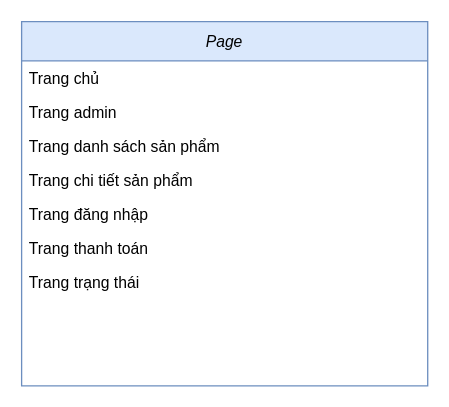
GiaDuccc/shop-api keeps this draw.io diagram as page "Page-1" (1 of 2) of Biểu đồ không có tiêu đề.drawio. Above is the earlier version. Source tidied: cells renumbered, new cells numbered last; positions are measured from the earlier drawing's top-left corner, leaving out a move shared by most shapes. Both pictures are drawn from the tidied source at 131%, with x=0, y=0 at pixel (21, 21).
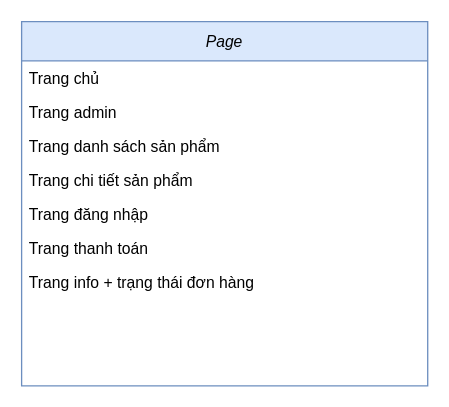
After the change.

Diff of the diagram source:
```diff
@@
 <mxGraphModel>
   <root>
     <mxCell id="0" />
     <mxCell id="1" parent="0" />
     <mxCell id="2" value="Page" style="swimlane;fontStyle=2;align=center;verticalAlign=middle;horizontal=1;startSize=30;rounded=0;shadow=0;strokeWidth=1;fillColor=#dae8fc;strokeColor=#6c8ebf;gradientColor=none;glass=0;labelPosition=center;verticalLabelPosition=middle;arcSize=17;" parent="1" vertex="1">
       <mxGeometry width="310" height="278" as="geometry" />
     </mxCell>
     <mxCell id="3" value="Trang chủ" style="text;align=left;verticalAlign=middle;spacingLeft=4;spacingRight=4;overflow=hidden;fillColor=none;horizontal=1;spacingTop=0;fillStyle=dashed;strokeColor=none;" parent="2" vertex="1">
       <mxGeometry y="30" width="310" height="26" as="geometry" />
     </mxCell>
     <mxCell id="4" value="Trang admin" style="text;align=left;verticalAlign=top;spacingLeft=4;spacingRight=4;overflow=hidden;" parent="2" vertex="1">
       <mxGeometry y="56" width="310" height="26" as="geometry" />
     </mxCell>
     <mxCell id="5" value="Trang danh sách sản phẩm" style="text;align=left;verticalAlign=top;spacingLeft=4;spacingRight=4;overflow=hidden;rounded=0;shadow=0;html=0;fontStyle=0;labelBackgroundColor=none;" parent="2" vertex="1">
       <mxGeometry y="82" width="310" height="26" as="geometry" />
     </mxCell>
     <mxCell id="6" value="Trang chi tiết sản phẩm" style="text;align=left;verticalAlign=top;spacingLeft=4;spacingRight=4;overflow=hidden;" parent="2" vertex="1">
       <mxGeometry y="108" width="310" height="26" as="geometry" />
     </mxCell>
     <mxCell id="7" value="Trang đăng nhập" style="text;align=left;verticalAlign=top;spacingLeft=4;spacingRight=4;overflow=hidden;rounded=0;shadow=0;html=0;" parent="2" vertex="1">
       <mxGeometry y="134" width="310" height="26" as="geometry" />
     </mxCell>
     <mxCell id="8" value="Trang thanh toán" style="text;align=left;verticalAlign=top;spacingLeft=4;spacingRight=4;overflow=hidden;" parent="2" vertex="1">
       <mxGeometry y="160" width="310" height="26" as="geometry" />
     </mxCell>
-    <mxCell id="9" value="Trang trạng thái" style="text;align=left;verticalAlign=top;spacingLeft=4;spacingRight=4;overflow=hidden;" parent="2" vertex="1">
+    <mxCell id="9" value="Trang info + trạng thái đơn hàng" style="text;align=left;verticalAlign=top;spacingLeft=4;spacingRight=4;overflow=hidden;" parent="2" vertex="1">
       <mxGeometry y="186" width="310" height="26" as="geometry" />
     </mxCell>
   </root>
 </mxGraphModel>
```
